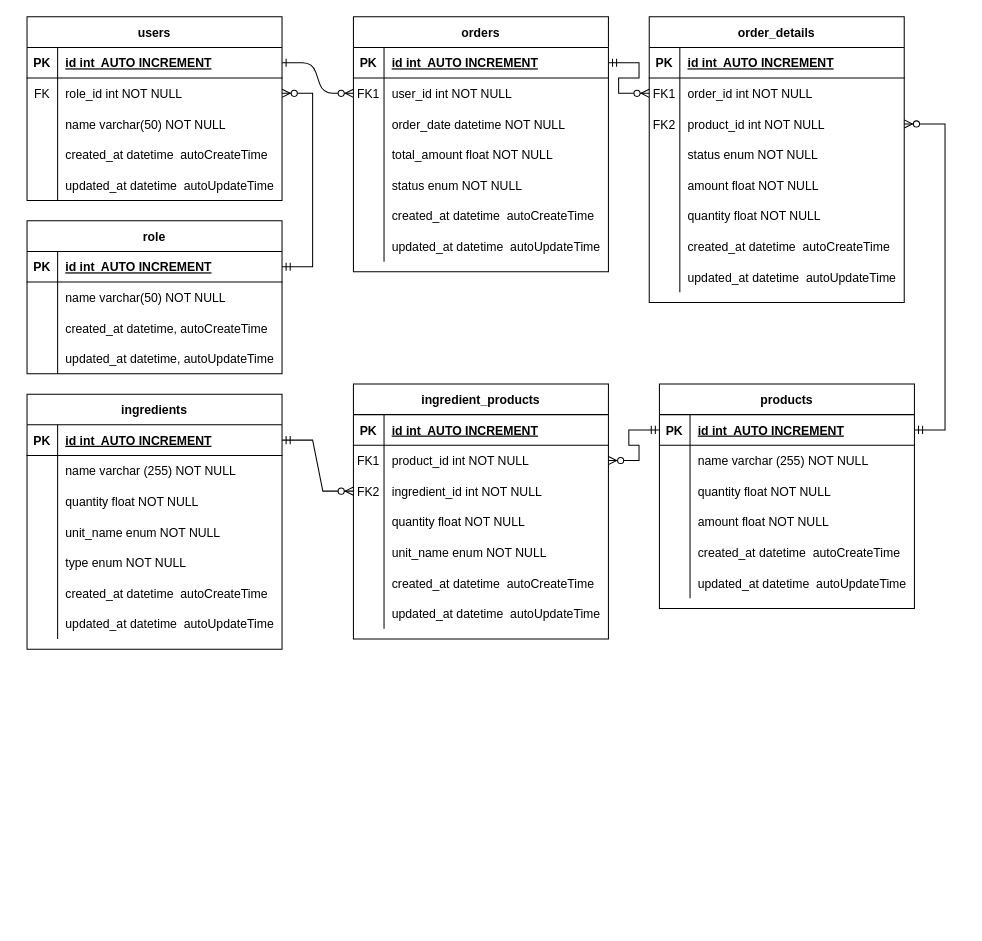
This is erd-test-qoin.drawio from adamnasrudin03/go-technical-test-qoin, a draw.io file, before an edit. Source tidied: cells renumbered, new cells numbered last; positions are measured from the earlier drawing's top-left corner, leaving out a move shared by most shapes. Both pictures are drawn from the tidied source at 102%, with x=0, y=0 at pixel (27, 16).
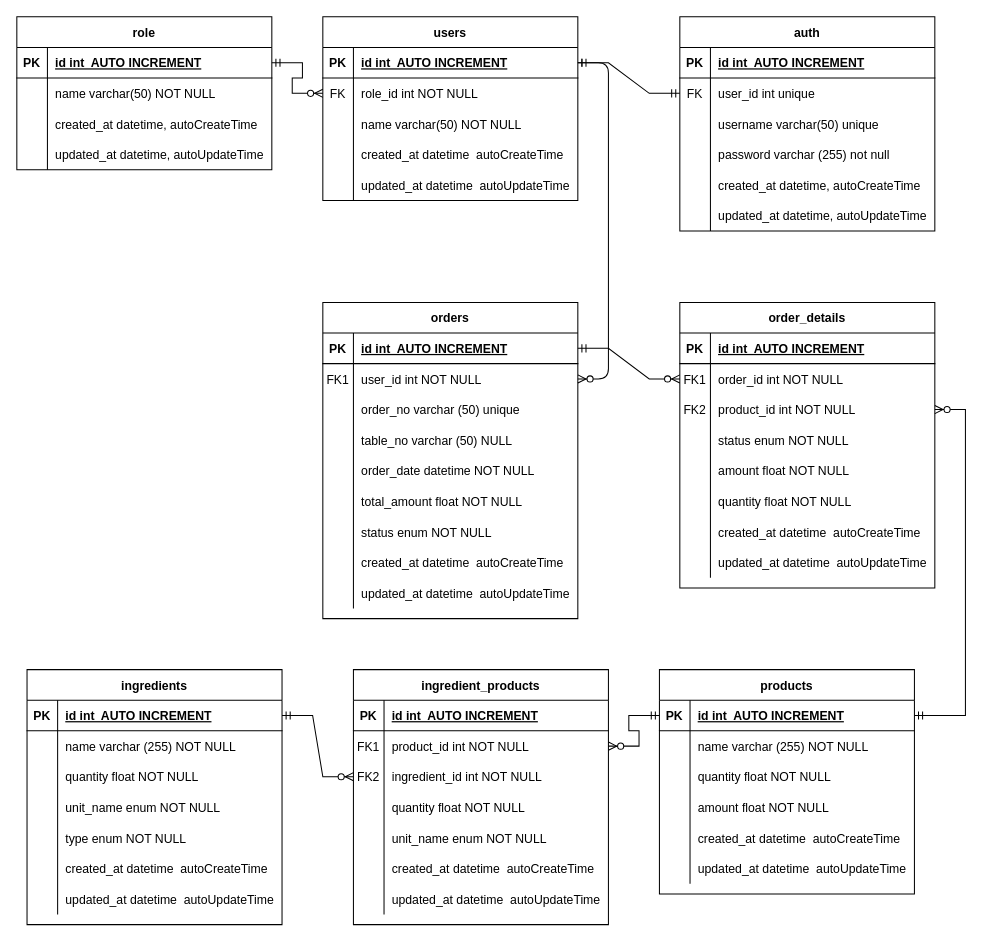
The same diagram, later.

The change refers to these unchanged cells:
```xml
<mxCell id="26" style="shape=partialRectangle;fillColor=none;points=[[0,0.5],[1,0.5]];portConstraint=eastwest;top=0;left=0;right=0;bottom=1;" parent="25" vertex="1">
  <mxGeometry y="30" width="250" height="30" as="geometry" />
</mxCell>
```

Diff of the diagram source:
```diff
@@
     <mxCell id="3" value="orders" style="shape=table;startSize=30;childLayout=tableLayout;rowLines=0;fontStyle=1;align=center;" parent="1" vertex="1">
-      <mxGeometry x="320" width="250" height="250" as="geometry" />
+      <mxGeometry x="290" y="280" width="250" height="310" as="geometry" />
     </mxCell>
@@
+    <mxCell id="147" style="shape=partialRectangle;fillColor=none;top=0;left=0;right=0;bottom=0;" parent="3" vertex="1">
+      <mxGeometry y="90" width="250" height="30" as="geometry" />
+    </mxCell>
+    <mxCell id="148" style="shape=partialRectangle;overflow=hidden;fillColor=none;top=0;left=0;bottom=0;right=0;" parent="147" vertex="1">
+      <mxGeometry width="30" height="30" as="geometry" />
+    </mxCell>
+    <mxCell id="149" value="order_no varchar (50) unique" style="shape=partialRectangle;overflow=hidden;fillColor=none;top=0;left=0;bottom=0;right=0;align=left;spacingLeft=6;" parent="147" vertex="1">
+      <mxGeometry x="30" width="220" height="30" as="geometry" />
+    </mxCell>
+    <mxCell id="150" style="shape=partialRectangle;fillColor=none;top=0;left=0;right=0;bottom=0;" parent="3" vertex="1">
+      <mxGeometry y="120" width="250" height="30" as="geometry" />
+    </mxCell>
+    <mxCell id="151" style="shape=partialRectangle;overflow=hidden;fillColor=none;top=0;left=0;bottom=0;right=0;" parent="150" vertex="1">
+      <mxGeometry width="30" height="30" as="geometry" />
+    </mxCell>
+    <mxCell id="152" value="table_no varchar (50) NULL" style="shape=partialRectangle;overflow=hidden;fillColor=none;top=0;left=0;bottom=0;right=0;align=left;spacingLeft=6;" parent="150" vertex="1">
+      <mxGeometry x="30" width="220" height="30" as="geometry" />
+    </mxCell>
     <mxCell id="10" style="shape=partialRectangle;fillColor=none;top=0;left=0;right=0;bottom=0;" parent="3" vertex="1">
-      <mxGeometry y="90" width="250" height="30" as="geometry" />
+      <mxGeometry y="150" width="250" height="30" as="geometry" />
     </mxCell>
@@
     <mxCell id="13" style="shape=partialRectangle;fillColor=none;top=0;left=0;right=0;bottom=0;" parent="3" vertex="1">
-      <mxGeometry y="120" width="250" height="30" as="geometry" />
+      <mxGeometry y="180" width="250" height="30" as="geometry" />
     </mxCell>
@@
     <mxCell id="16" style="shape=partialRectangle;fillColor=none;top=0;left=0;right=0;bottom=0;" parent="3" vertex="1">
-      <mxGeometry y="150" width="250" height="30" as="geometry" />
+      <mxGeometry y="210" width="250" height="30" as="geometry" />
     </mxCell>
@@
     <mxCell id="19" style="shape=partialRectangle;fillColor=none;top=0;left=0;right=0;bottom=0;" parent="3" vertex="1">
-      <mxGeometry y="180" width="250" height="30" as="geometry" />
+      <mxGeometry y="240" width="250" height="30" as="geometry" />
     </mxCell>
@@
     <mxCell id="22" style="shape=partialRectangle;fillColor=none;top=0;left=0;right=0;bottom=0;" parent="3" vertex="1">
-      <mxGeometry y="210" width="250" height="30" as="geometry" />
+      <mxGeometry y="270" width="250" height="30" as="geometry" />
     </mxCell>
@@
     <mxCell id="25" value="users" style="shape=table;startSize=30;childLayout=tableLayout;rowLines=0;fontStyle=1;align=center;" parent="1" vertex="1">
-      <mxGeometry width="250" height="180" as="geometry" />
+      <mxGeometry x="290" width="250" height="180" as="geometry" />
     </mxCell>
@@
     <mxCell id="41" value="role" style="shape=table;startSize=30;childLayout=tableLayout;rowLines=0;fontStyle=1;align=center;" parent="1" vertex="1">
-      <mxGeometry y="200" width="250" height="150" as="geometry" />
+      <mxGeometry x="-10" width="250" height="150" as="geometry" />
     </mxCell>
@@
     <mxCell id="55" value="order_details" style="shape=table;startSize=30;childLayout=tableLayout;rowLines=0;fontStyle=1;align=center;" parent="1" vertex="1">
-      <mxGeometry x="610" width="250" height="280" as="geometry" />
+      <mxGeometry x="640" y="280" width="250" height="280" as="geometry" />
     </mxCell>
@@
     <mxCell id="81" value="products" style="shape=table;startSize=30;childLayout=tableLayout;rowLines=0;fontStyle=1;align=center;" parent="1" vertex="1">
-      <mxGeometry x="620" y="360" width="250" height="220" as="geometry" />
+      <mxGeometry x="620" y="640" width="250" height="220" as="geometry" />
     </mxCell>
@@
     <mxCell id="100" value="ingredient_products" style="shape=table;startSize=30;childLayout=tableLayout;rowLines=0;fontStyle=1;align=center;" parent="1" vertex="1">
-      <mxGeometry x="320" y="360" width="250" height="250" as="geometry" />
+      <mxGeometry x="320" y="640" width="250" height="250" as="geometry" />
     </mxCell>
@@
     <mxCell id="123" value="ingredients" style="shape=table;startSize=30;childLayout=tableLayout;rowLines=0;fontStyle=1;align=center;" parent="1" vertex="1">
-      <mxGeometry y="370" width="250" height="250" as="geometry" />
+      <mxGeometry y="640" width="250" height="250" as="geometry" />
     </mxCell>
@@
+    <mxCell id="153" value="auth" style="shape=table;startSize=30;childLayout=tableLayout;rowLines=0;fontStyle=1;align=center;" parent="1" vertex="1">
+      <mxGeometry x="640" width="250" height="210" as="geometry" />
+    </mxCell>
+    <mxCell id="154" style="shape=partialRectangle;fillColor=none;top=0;left=0;right=0;bottom=1;" parent="153" vertex="1">
+      <mxGeometry y="30" width="250" height="30" as="geometry" />
+    </mxCell>
+    <mxCell id="155" value="PK" style="shape=partialRectangle;overflow=hidden;fillColor=none;top=0;left=0;bottom=0;right=0;fontStyle=1;" parent="154" vertex="1">
+      <mxGeometry width="30" height="30" as="geometry" />
+    </mxCell>
+    <mxCell id="156" value="id int  AUTO INCREMENT" style="shape=partialRectangle;overflow=hidden;fillColor=none;top=0;left=0;bottom=0;right=0;align=left;spacingLeft=6;fontStyle=5;" parent="154" vertex="1">
+      <mxGeometry x="30" width="220" height="30" as="geometry" />
+    </mxCell>
+    <mxCell id="157" style="shape=partialRectangle;fillColor=none;points=[[0,0.5],[1,0.5]];portConstraint=eastwest;top=0;left=0;right=0;bottom=0;" parent="153" vertex="1">
+      <mxGeometry y="60" width="250" height="30" as="geometry" />
+    </mxCell>
+    <mxCell id="158" value="FK" style="shape=partialRectangle;overflow=hidden;fillColor=none;top=0;left=0;bottom=0;right=0;" parent="157" vertex="1">
+      <mxGeometry width="30" height="30" as="geometry" />
+    </mxCell>
+    <mxCell id="159" value="user_id int unique" style="shape=partialRectangle;overflow=hidden;fillColor=none;top=0;left=0;bottom=0;right=0;align=left;spacingLeft=6;" parent="157" vertex="1">
+      <mxGeometry x="30" width="220" height="30" as="geometry" />
+    </mxCell>
+    <mxCell id="160" style="shape=partialRectangle;fillColor=none;top=0;left=0;right=0;bottom=0;" parent="153" vertex="1">
+      <mxGeometry y="90" width="250" height="30" as="geometry" />
+    </mxCell>
+    <mxCell id="161" style="shape=partialRectangle;overflow=hidden;fillColor=none;top=0;left=0;bottom=0;right=0;" parent="160" vertex="1">
+      <mxGeometry width="30" height="30" as="geometry" />
+    </mxCell>
+    <mxCell id="162" value="username varchar(50) unique" style="shape=partialRectangle;overflow=hidden;fillColor=none;top=0;left=0;bottom=0;right=0;align=left;spacingLeft=6;" parent="160" vertex="1">
+      <mxGeometry x="30" width="220" height="30" as="geometry" />
+    </mxCell>
+    <mxCell id="163" style="shape=partialRectangle;fillColor=none;top=0;left=0;right=0;bottom=0;" parent="153" vertex="1">
+      <mxGeometry y="120" width="250" height="30" as="geometry" />
+    </mxCell>
+    <mxCell id="164" style="shape=partialRectangle;overflow=hidden;fillColor=none;top=0;left=0;bottom=0;right=0;" parent="163" vertex="1">
+      <mxGeometry width="30" height="30" as="geometry" />
+    </mxCell>
+    <mxCell id="165" value="password varchar (255) not null" style="shape=partialRectangle;overflow=hidden;fillColor=none;top=0;left=0;bottom=0;right=0;align=left;spacingLeft=6;" parent="163" vertex="1">
+      <mxGeometry x="30" width="220" height="30" as="geometry" />
+    </mxCell>
+    <mxCell id="166" style="shape=partialRectangle;fillColor=none;top=0;left=0;right=0;bottom=0;" parent="153" vertex="1">
+      <mxGeometry y="150" width="250" height="30" as="geometry" />
+    </mxCell>
+    <mxCell id="167" style="shape=partialRectangle;overflow=hidden;fillColor=none;top=0;left=0;bottom=0;right=0;" parent="166" vertex="1">
+      <mxGeometry width="30" height="30" as="geometry" />
+    </mxCell>
+    <mxCell id="168" value="created_at datetime, autoCreateTime" style="shape=partialRectangle;overflow=hidden;fillColor=none;top=0;left=0;bottom=0;right=0;align=left;spacingLeft=6;" parent="166" vertex="1">
+      <mxGeometry x="30" width="220" height="30" as="geometry" />
+    </mxCell>
+    <mxCell id="169" style="shape=partialRectangle;fillColor=none;top=0;left=0;right=0;bottom=0;" parent="153" vertex="1">
+      <mxGeometry y="180" width="250" height="30" as="geometry" />
+    </mxCell>
+    <mxCell id="170" style="shape=partialRectangle;overflow=hidden;fillColor=none;top=0;left=0;bottom=0;right=0;" parent="169" vertex="1">
+      <mxGeometry width="30" height="30" as="geometry" />
+    </mxCell>
+    <mxCell id="171" value="updated_at datetime, autoUpdateTime" style="shape=partialRectangle;overflow=hidden;fillColor=none;top=0;left=0;bottom=0;right=0;align=left;spacingLeft=6;" parent="169" vertex="1">
+      <mxGeometry x="30" width="220" height="30" as="geometry" />
+    </mxCell>
+    <mxCell id="172" style="edgeStyle=entityRelationEdgeStyle;fontSize=12;html=1;endArrow=ERmandOne;startArrow=ERmandOne;rounded=0;entryX=1;entryY=0.5;entryDx=0;entryDy=0;" parent="1" edge="1" source="157" target="26">
+      <mxGeometry relative="1" as="geometry" />
+    </mxCell>
```
